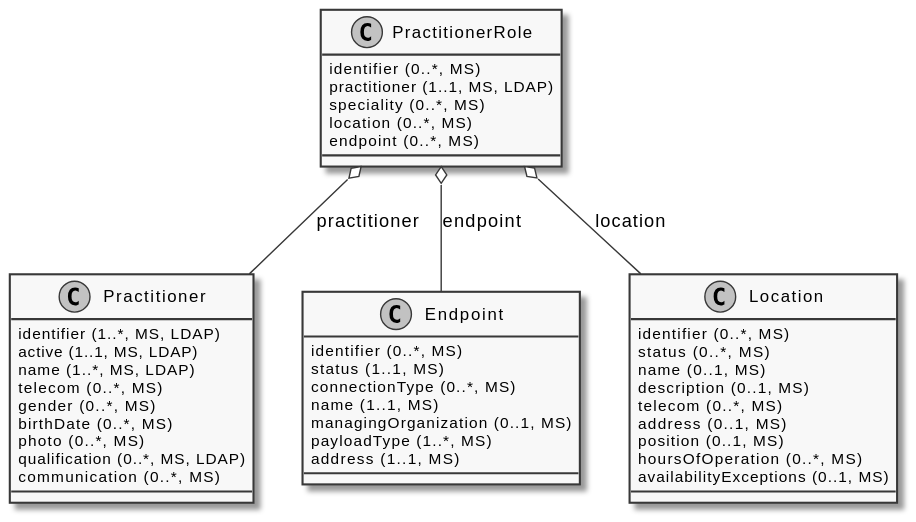
The PlantUML diagram images/diagrams/ClassDiagram.PractitionerRole.svg in gematik/api-vzd, before a commit.
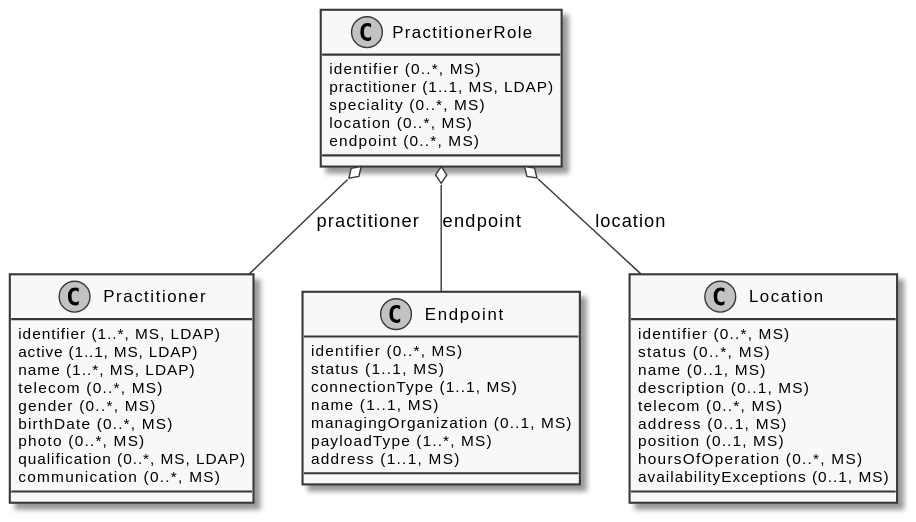
Later version of the same file.

The edit, as a diff of the source:
```diff
@@ -21,7 +21,7 @@
 class Endpoint {
   {field} identifier (0..*, MS)
   {field} status (1..1, MS)
-  {field} connectionType (0..*, MS)
+  {field} connectionType (1..1, MS)
   {field} name (1..1, MS)
   {field} managingOrganization (0..1, MS)
   {field} payloadType (1..*, MS)
```
